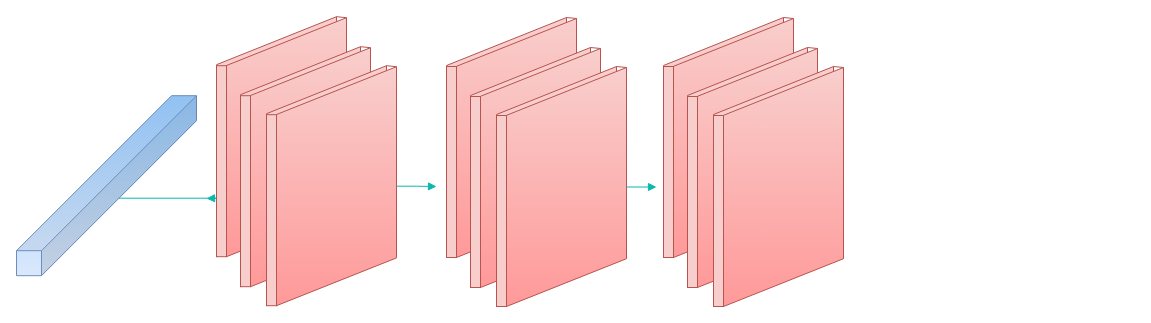
StevenHickson/Helpful_Scripts keeps this draw.io diagram as encoder_decoder.drawio. Above is the earlier version. Source tidied: cells renumbered, new cells numbered last; positions are measured from the earlier drawing's top-left corner, leaving out a move shared by most shapes. Both pictures are drawn from the tidied source at 100%, with x=0, y=0 at pixel (16, 16). Pictures stored in the file or linked from it are replaced by grey dashed boxes.
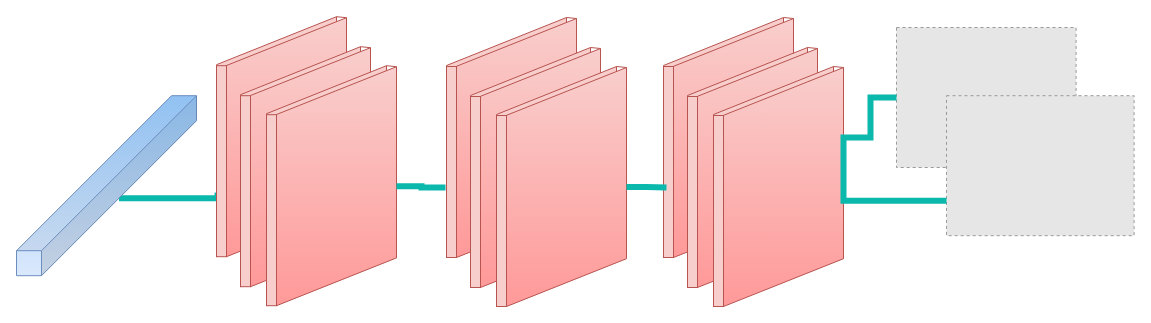
The same diagram, later.

The change refers to these unchanged cells:
```xml
<mxCell id="3" style="shape=cube;whiteSpace=wrap;html=1;boundedLbl=1;backgroundOutline=1;darkOpacity=0.05;darkOpacity2=0.1;size=155;direction=east;fillColor=#dae8fc;strokeColor=#6c8ebf;gradientColor=#99CCFF;gradientDirection=north;shadow=0;flipV=0;flipH=1;" parent="1" vertex="1">
  <mxGeometry y="79.2" width="180" height="180" as="geometry" />
</mxCell>
<mxCell id="8" style="rounded=0;whiteSpace=wrap;html=1;shadow=0;fillColor=#f8cecc;strokeColor=#b85450;" parent="4" vertex="1">
  <mxGeometry y="49" width="10" height="191" as="geometry" />
</mxCell>
<mxCell id="17" style="shape=parallelogram;perimeter=parallelogramPerimeter;whiteSpace=wrap;html=1;portConstraintRotation=0;size=0.2;portConstraint=north;rotation=-90;flipH=1;fillColor=#f8cecc;strokeColor=#b85450;shadow=0;gradientColor=#FF9999;gradientDirection=east;" parent="4" vertex="1">
  <mxGeometry x="0.5" y="109.5" width="239" height="120" as="geometry" />
</mxCell>
<mxCell id="24" style="rounded=0;whiteSpace=wrap;html=1;shadow=0;fillColor=#f8cecc;strokeColor=#b85450;" parent="20" vertex="1">
  <mxGeometry y="49" width="10" height="191" as="geometry" />
</mxCell>
<mxCell id="33" style="shape=parallelogram;perimeter=parallelogramPerimeter;whiteSpace=wrap;html=1;portConstraintRotation=0;size=0.2;portConstraint=north;rotation=-90;flipH=1;fillColor=#f8cecc;strokeColor=#b85450;shadow=0;gradientColor=#FF9999;gradientDirection=east;" parent="20" vertex="1">
  <mxGeometry x="0.5" y="109.5" width="239" height="120" as="geometry" />
</mxCell>
<mxCell id="40" style="rounded=0;whiteSpace=wrap;html=1;shadow=0;fillColor=#f8cecc;strokeColor=#b85450;" parent="36" vertex="1">
  <mxGeometry y="49" width="10" height="191" as="geometry" />
</mxCell>
```

Diff of the diagram source:
```diff
@@
-    <mxCell id="2" style="edgeStyle=orthogonalEdgeStyle;rounded=0;jettySize=auto;html=1;exitX=0;exitY=0;exitDx=77.5;exitDy=102.5;exitPerimeter=0;strokeColor=#0BB8AC;endArrow=block;endFill=1;" parent="1" edge="1" source="3">
-      <mxGeometry relative="1" as="geometry">
-        <mxPoint x="190" y="182" as="targetPoint" />
-      </mxGeometry>
-    </mxCell>
+    <mxCell id="54" style="edgeStyle=orthogonalEdgeStyle;rounded=0;jettySize=auto;html=1;exitX=0;exitY=0;exitDx=77.5;exitDy=102.5;exitPerimeter=0;entryX=-0.2;entryY=0.68;entryDx=0;entryDy=0;entryPerimeter=0;endArrow=none;endFill=0;strokeColor=#0BB8AC;strokeWidth=6;" parent="1" edge="1" source="3" target="24">
+      <mxGeometry relative="1" as="geometry" />
+    </mxCell>
@@
-    <mxCell id="52" style="edgeStyle=orthogonalEdgeStyle;rounded=0;jettySize=auto;html=1;exitX=0.5;exitY=1;exitDx=0;exitDy=0;endArrow=block;endFill=1;strokeColor=#0BB8AC;" parent="1" edge="1" source="33">
-      <mxGeometry relative="1" as="geometry">
-        <mxPoint x="420" y="170" as="targetPoint" />
-      </mxGeometry>
+    <mxCell id="52" style="edgeStyle=orthogonalEdgeStyle;rounded=0;jettySize=auto;html=1;exitX=0.5;exitY=1;exitDx=0;exitDy=0;endArrow=none;endFill=0;strokeColor=#0BB8AC;endSize=6;startSize=16;strokeWidth=6;entryX=-0.1;entryY=0.634;entryDx=0;entryDy=0;entryPerimeter=0;" parent="1" edge="1" source="33" target="8">
+      <mxGeometry relative="1" as="geometry" />
     </mxCell>
-    <mxCell id="53" style="edgeStyle=orthogonalEdgeStyle;rounded=0;jettySize=auto;html=1;exitX=0.5;exitY=1;exitDx=0;exitDy=0;endArrow=block;endFill=1;strokeColor=#0BB8AC;" parent="1" edge="1" source="17">
-      <mxGeometry relative="1" as="geometry">
-        <mxPoint x="640" y="171" as="targetPoint" />
-      </mxGeometry>
+    <mxCell id="53" style="edgeStyle=orthogonalEdgeStyle;rounded=0;jettySize=auto;html=1;exitX=0.5;exitY=1;exitDx=0;exitDy=0;endArrow=none;endFill=0;strokeColor=#0BB8AC;strokeWidth=6;entryX=0.3;entryY=0.634;entryDx=0;entryDy=0;entryPerimeter=0;" parent="1" edge="1" source="17" target="40">
+      <mxGeometry relative="1" as="geometry" />
     </mxCell>
+    <mxCell id="55" style="fillColor=#E6E6E6;strokeColor=#999999;dashed=1;verticalLabelPosition=bottom;verticalAlign=top;" parent="1" vertex="1">
+      <mxGeometry x="880" y="11" width="179.6" height="140" as="geometry" />
+    </mxCell>
+    <mxCell id="56" style="fillColor=#E6E6E6;strokeColor=#999999;dashed=1;verticalLabelPosition=bottom;verticalAlign=top;" parent="1" vertex="1">
+      <mxGeometry x="930" y="79.2" width="187.6" height="140" as="geometry" />
+    </mxCell>
+    <mxCell id="57" style="edgeStyle=orthogonalEdgeStyle;rounded=0;jettySize=auto;html=1;exitX=0;exitY=0.75;exitDx=0;exitDy=0;startSize=16;endArrow=none;endFill=0;endSize=6;strokeColor=#0BB8AC;strokeWidth=6;" parent="1" edge="1" source="56" target="55">
+      <mxGeometry relative="1" as="geometry">
+        <Array as="points">
+          <mxPoint x="827" y="184" />
+          <mxPoint x="827" y="121" />
+          <mxPoint x="854" y="121" />
+          <mxPoint x="854" y="81" />
+        </Array>
+      </mxGeometry>
+    </mxCell>
```
